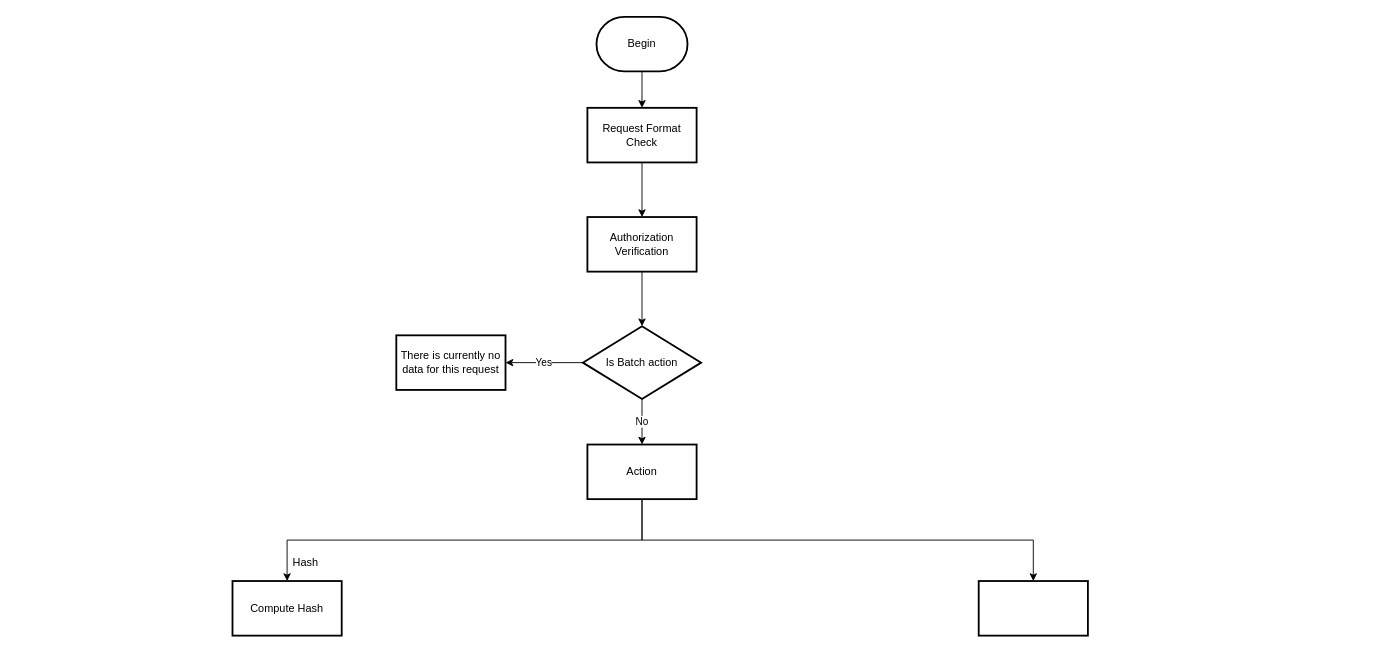
Above: Tokenservice.drawio in vae1314/FlowChart (draw.io), before the change. Source tidied: cells renumbered, new cells numbered last; positions are measured from the earlier drawing's top-left corner, leaving out a move shared by most shapes. Both pictures are drawn from the tidied source at 91%, with x=0, y=0 at pixel (232, 16).
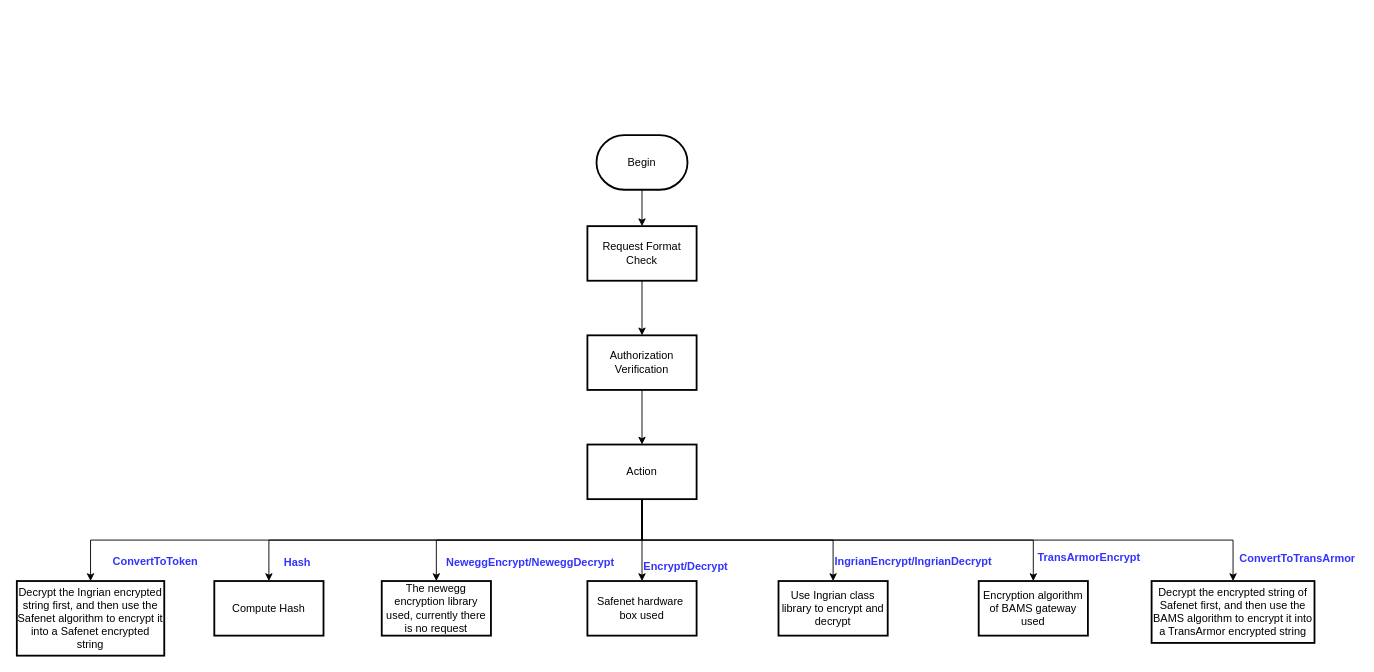
The same diagram, later.

Unchanged cells that the change refers to:
```xml
<mxCell id="14" value="Action" style="whiteSpace=wrap;html=1;strokeWidth=2;" parent="1" vertex="1">
  <mxGeometry x="390" y="470" width="120" height="60" as="geometry" />
</mxCell>
```

Diff of the diagram source:
```diff
@@
     <mxCell id="3" value="Begin" style="strokeWidth=2;html=1;shape=mxgraph.flowchart.terminator;whiteSpace=wrap;" parent="1" vertex="1">
-      <mxGeometry x="400" width="100" height="60" as="geometry" />
+      <mxGeometry x="400" y="130" width="100" height="60" as="geometry" />
     </mxCell>
@@
     <mxCell id="5" value="Request Format Check" style="whiteSpace=wrap;html=1;strokeWidth=2;" parent="1" vertex="1">
-      <mxGeometry x="390" y="100" width="120" height="60" as="geometry" />
+      <mxGeometry x="390" y="230" width="120" height="60" as="geometry" />
     </mxCell>
-    <mxCell id="6" style="edgeStyle=orthogonalEdgeStyle;rounded=0;jettySize=auto;html=1;" parent="1" edge="1" source="7" target="10">
-      <mxGeometry relative="1" as="geometry" />
+    <mxCell id="6" style="edgeStyle=orthogonalEdgeStyle;rounded=0;jettySize=auto;html=1;" parent="1" edge="1" source="7">
+      <mxGeometry relative="1" as="geometry">
+        <mxPoint x="450" y="470" as="targetPoint" />
+      </mxGeometry>
     </mxCell>
     <mxCell id="7" value="Authorization Verification" style="whiteSpace=wrap;html=1;strokeWidth=2;" parent="1" vertex="1">
-      <mxGeometry x="390" y="220" width="120" height="60" as="geometry" />
+      <mxGeometry x="390" y="350" width="120" height="60" as="geometry" />
     </mxCell>
-    <mxCell id="8" value="Yes" style="edgeStyle=orthogonalEdgeStyle;rounded=0;jettySize=auto;html=1;" parent="1" edge="1" source="10" target="11">
-      <mxGeometry relative="1" as="geometry" />
-    </mxCell>
-    <mxCell id="9" value="No" style="edgeStyle=orthogonalEdgeStyle;rounded=0;jettySize=auto;html=1;" parent="1" edge="1" source="10" target="14">
-      <mxGeometry relative="1" as="geometry" />
-    </mxCell>
-    <mxCell id="10" value="Is Batch action" style="rhombus;whiteSpace=wrap;html=1;strokeWidth=2;" parent="1" vertex="1">
-      <mxGeometry x="385" y="340" width="130" height="80" as="geometry" />
-    </mxCell>
-    <mxCell id="11" value="There is currently no data for this request" style="whiteSpace=wrap;html=1;strokeWidth=2;" parent="1" vertex="1">
-      <mxGeometry x="180" y="350" width="120" height="60" as="geometry" />
-    </mxCell>
@@
+    <mxCell id="18" style="edgeStyle=orthogonalEdgeStyle;rounded=0;jettySize=auto;html=1;exitX=0.5;exitY=1;exitDx=0;exitDy=0;" parent="1" edge="1" source="14" target="23">
+      <mxGeometry relative="1" as="geometry" />
+    </mxCell>
+    <mxCell id="19" style="edgeStyle=orthogonalEdgeStyle;rounded=0;jettySize=auto;html=1;" parent="1" edge="1" source="14" target="25">
+      <mxGeometry relative="1" as="geometry" />
+    </mxCell>
+    <mxCell id="20" style="edgeStyle=orthogonalEdgeStyle;rounded=0;jettySize=auto;html=1;exitX=0.5;exitY=1;exitDx=0;exitDy=0;" parent="1" edge="1" source="14" target="27">
+      <mxGeometry relative="1" as="geometry" />
+    </mxCell>
+    <mxCell id="21" style="edgeStyle=orthogonalEdgeStyle;rounded=0;jettySize=auto;html=1;exitX=0.5;exitY=1;exitDx=0;exitDy=0;" parent="1" edge="1" source="14" target="30">
+      <mxGeometry relative="1" as="geometry" />
+    </mxCell>
+    <mxCell id="22" style="edgeStyle=orthogonalEdgeStyle;rounded=0;jettySize=auto;html=1;entryX=0.5;entryY=0;entryDx=0;entryDy=0;exitX=0.5;exitY=1;exitDx=0;exitDy=0;" parent="1" edge="1" source="14" target="32">
+      <mxGeometry relative="1" as="geometry" />
+    </mxCell>
@@
     <mxCell id="15" value="Compute Hash" style="whiteSpace=wrap;html=1;strokeWidth=2;" parent="1" vertex="1">
-      <mxGeometry y="620" width="120" height="60" as="geometry" />
+      <mxGeometry x="-20" y="620" width="120" height="60" as="geometry" />
     </mxCell>
-    <mxCell id="16" style="whiteSpace=wrap;html=1;strokeWidth=2;" parent="1" vertex="1">
+    <mxCell id="16" value="Encryption algorithm of BAMS gateway used" style="whiteSpace=wrap;html=1;strokeWidth=2;" parent="1" vertex="1">
       <mxGeometry x="820" y="620" width="120" height="60" as="geometry" />
     </mxCell>
-    <mxCell id="17" value="Hash" style="text;html=1;align=center;verticalAlign=middle;" parent="1" vertex="1">
-      <mxGeometry x="60" y="590" width="40" height="20" as="geometry" />
+    <mxCell id="17" value="Hash" style="text;html=1;align=center;verticalAlign=middle;fontColor=#3333FF;fontStyle=1;" parent="1" vertex="1">
+      <mxGeometry x="51" y="591" width="39" height="18" as="geometry" />
     </mxCell>
+    <mxCell id="23" value="The newegg encryption library used, currently there is no request" style="whiteSpace=wrap;html=1;strokeWidth=2;" parent="1" vertex="1">
+      <mxGeometry x="164" y="620" width="120" height="60" as="geometry" />
+    </mxCell>
+    <mxCell id="24" value="NeweggEncrypt/NeweggDecrypt" style="text;html=1;align=center;verticalAlign=middle;fontStyle=1;fontColor=#3333FF;" parent="1" vertex="1">
+      <mxGeometry x="229" y="591" width="195" height="18" as="geometry" />
+    </mxCell>
+    <mxCell id="25" value="Safenet hardware&amp;nbsp; box used" style="whiteSpace=wrap;html=1;strokeWidth=2;" parent="1" vertex="1">
+      <mxGeometry x="390" y="620" width="120" height="60" as="geometry" />
+    </mxCell>
+    <mxCell id="26" value="Encrypt/Decrypt" style="text;whiteSpace=wrap;html=1;fontStyle=1;fontColor=#3333FF;" parent="1" vertex="1">
+      <mxGeometry x="450" y="590" width="70" height="30" as="geometry" />
+    </mxCell>
+    <mxCell id="27" value="Use Ingrian class library to encrypt and decrypt" style="whiteSpace=wrap;html=1;strokeWidth=2;" parent="1" vertex="1">
+      <mxGeometry x="600" y="620" width="120" height="60" as="geometry" />
+    </mxCell>
+    <mxCell id="28" value="IngrianEncrypt/IngrianDecrypt" style="text;whiteSpace=wrap;html=1;fontStyle=1;fontColor=#3333FF;" parent="1" vertex="1">
+      <mxGeometry x="660" y="585" width="100" height="30" as="geometry" />
+    </mxCell>
+    <mxCell id="29" value="TransArmorEncrypt" style="text;html=1;align=center;verticalAlign=middle;fontStyle=1;fontColor=#3333FF;" parent="1" vertex="1">
+      <mxGeometry x="879" y="586" width="123" height="18" as="geometry" />
+    </mxCell>
+    <mxCell id="30" value="Decrypt the encrypted string of Safenet first, and then use the BAMS algorithm to encrypt it into a TransArmor encrypted string" style="whiteSpace=wrap;html=1;strokeWidth=2;" parent="1" vertex="1">
+      <mxGeometry x="1010" y="620" width="179" height="68" as="geometry" />
+    </mxCell>
+    <mxCell id="31" value="ConvertToTransArmor" style="text;html=1;align=center;verticalAlign=middle;fontStyle=1;fontColor=#3333FF;" parent="1" vertex="1">
+      <mxGeometry x="1101" y="587" width="137" height="18" as="geometry" />
+    </mxCell>
+    <mxCell id="32" value="Decrypt the Ingrian encrypted string first, and then use the Safenet algorithm to encrypt it into a Safenet encrypted string" style="whiteSpace=wrap;html=1;strokeWidth=2;" parent="1" vertex="1">
+      <mxGeometry x="-237" y="620" width="162" height="82" as="geometry" />
+    </mxCell>
+    <mxCell id="33" value="ConvertToToken" style="text;html=1;align=center;verticalAlign=middle;fontStyle=1;labelBackgroundColor=none;fontColor=#3333FF;" parent="1" vertex="1">
+      <mxGeometry x="-137" y="590" width="104" height="18" as="geometry" />
+    </mxCell>
```
